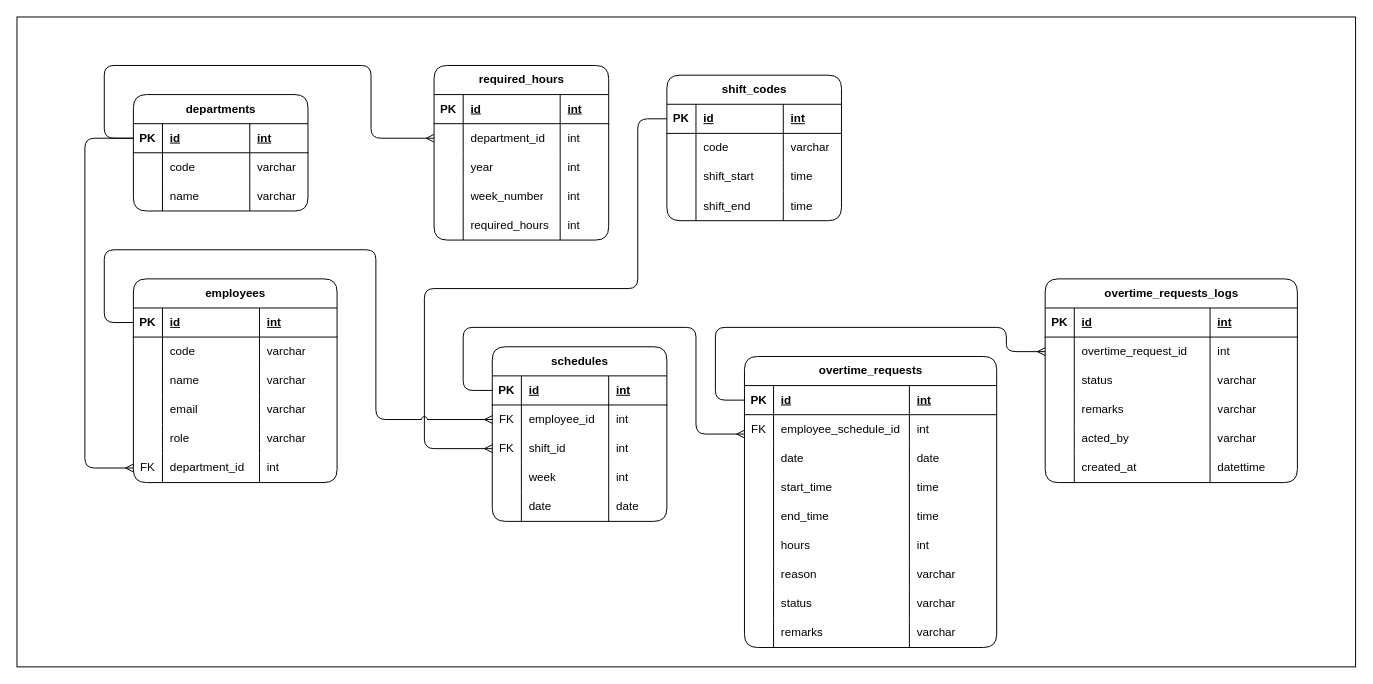
This is overtime-tracker-erd.drawio from marksxiety/overtime-tracker-dev, a draw.io file, before an edit. Source tidied: cells renumbered, new cells numbered last; positions are measured from the earlier drawing's top-left corner, leaving out a move shared by most shapes. Both pictures are drawn from the tidied source at 97%, with x=0, y=0 at pixel (16, 16).
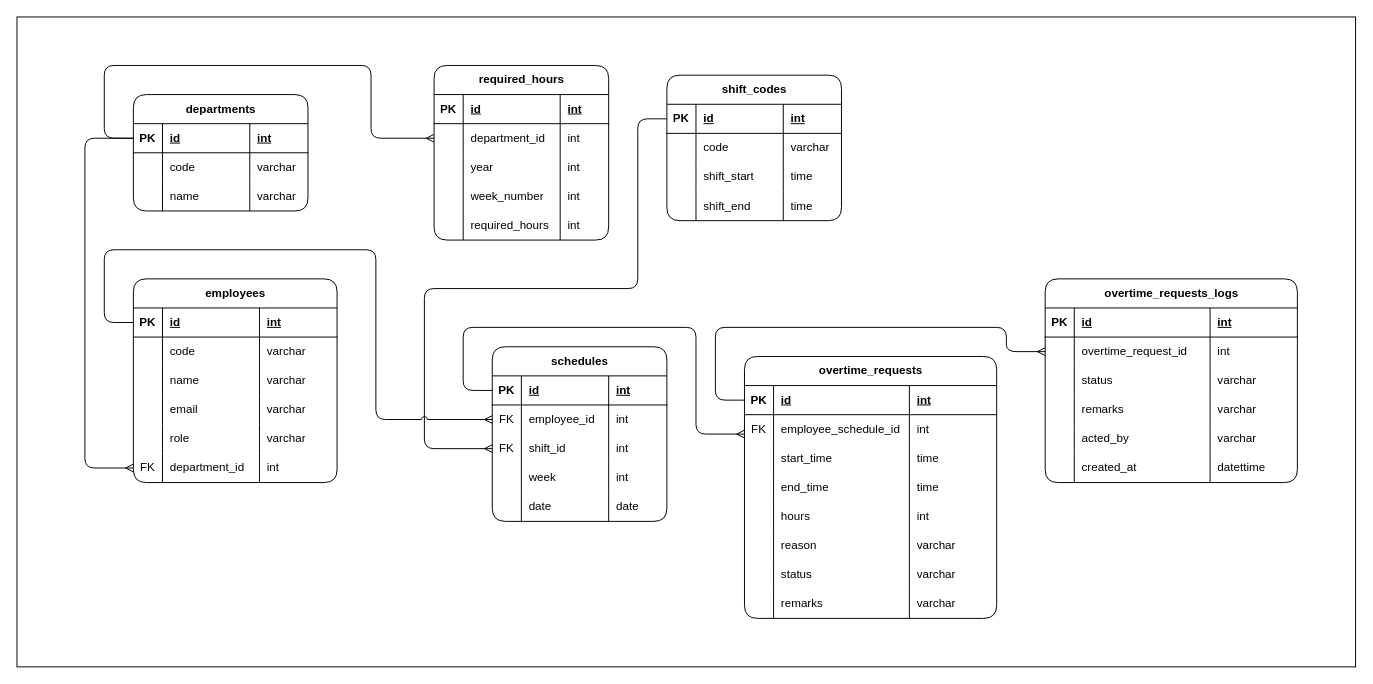
The same diagram, later.

Commit message:
docs: remove the table 'date' in overtime_requests table since its redundant for schedules table.

What changed in the source:
```diff
@@
     <mxCell id="87" value="overtime_requests" style="shape=table;startSize=30;childLayout=tableLayout;rowLines=0;fontStyle=1;align=center;html=1;rounded=1;" parent="1" vertex="1">
-      <mxGeometry x="750" y="350" width="260" height="300" as="geometry" />
+      <mxGeometry x="750" y="350" width="260" height="270" as="geometry" />
     </mxCell>
@@
-    <mxCell id="96" style="shape=tableRow;horizontal=0;startSize=0;swimlaneHead=0;swimlaneBody=0;fillColor=none;top=0;left=0;right=0;bottom=0;" parent="87" vertex="1">
-      <mxGeometry y="90" width="260" height="30" as="geometry" />
-    </mxCell>
-    <mxCell id="97" style="shape=partialRectangle;fillColor=none;top=0;left=0;bottom=0;right=0;overflow=hidden;whiteSpace=wrap;html=1;" parent="96" vertex="1">
-      <mxGeometry width="30" height="30" as="geometry" />
-    </mxCell>
-    <mxCell id="98" value="date" style="shape=partialRectangle;fillColor=none;top=0;left=0;bottom=0;right=0;align=left;spacingLeft=6;overflow=hidden;whiteSpace=wrap;html=1;" parent="96" vertex="1">
-      <mxGeometry x="30" width="140" height="30" as="geometry" />
-    </mxCell>
-    <mxCell id="99" value="date" style="shape=partialRectangle;fillColor=none;top=0;left=0;bottom=0;right=0;align=left;spacingLeft=6;overflow=hidden;whiteSpace=wrap;html=1;" parent="96" vertex="1">
-      <mxGeometry x="170" width="90" height="30" as="geometry" />
-    </mxCell>
     <mxCell id="100" style="shape=tableRow;horizontal=0;startSize=0;swimlaneHead=0;swimlaneBody=0;fillColor=none;top=0;left=0;right=0;bottom=0;" parent="87" vertex="1">
-      <mxGeometry y="120" width="260" height="30" as="geometry" />
+      <mxGeometry y="90" width="260" height="30" as="geometry" />
     </mxCell>
@@
     <mxCell id="104" style="shape=tableRow;horizontal=0;startSize=0;swimlaneHead=0;swimlaneBody=0;fillColor=none;top=0;left=0;right=0;bottom=0;" parent="87" vertex="1">
-      <mxGeometry y="150" width="260" height="30" as="geometry" />
+      <mxGeometry y="120" width="260" height="30" as="geometry" />
     </mxCell>
@@
     <mxCell id="108" style="shape=tableRow;horizontal=0;startSize=0;swimlaneHead=0;swimlaneBody=0;fillColor=none;top=0;left=0;right=0;bottom=0;" parent="87" vertex="1">
-      <mxGeometry y="180" width="260" height="30" as="geometry" />
+      <mxGeometry y="150" width="260" height="30" as="geometry" />
     </mxCell>
@@
     <mxCell id="112" style="shape=tableRow;horizontal=0;startSize=0;swimlaneHead=0;swimlaneBody=0;fillColor=none;top=0;left=0;right=0;bottom=0;" parent="87" vertex="1">
-      <mxGeometry y="210" width="260" height="30" as="geometry" />
+      <mxGeometry y="180" width="260" height="30" as="geometry" />
     </mxCell>
@@
     <mxCell id="116" style="shape=tableRow;horizontal=0;startSize=0;swimlaneHead=0;swimlaneBody=0;fillColor=none;top=0;left=0;right=0;bottom=0;" parent="87" vertex="1">
-      <mxGeometry y="240" width="260" height="30" as="geometry" />
+      <mxGeometry y="210" width="260" height="30" as="geometry" />
     </mxCell>
@@
     <mxCell id="120" style="shape=tableRow;horizontal=0;startSize=0;swimlaneHead=0;swimlaneBody=0;fillColor=none;top=0;left=0;right=0;bottom=0;" parent="87" vertex="1">
-      <mxGeometry y="270" width="260" height="30" as="geometry" />
+      <mxGeometry y="240" width="260" height="30" as="geometry" />
     </mxCell>
```
